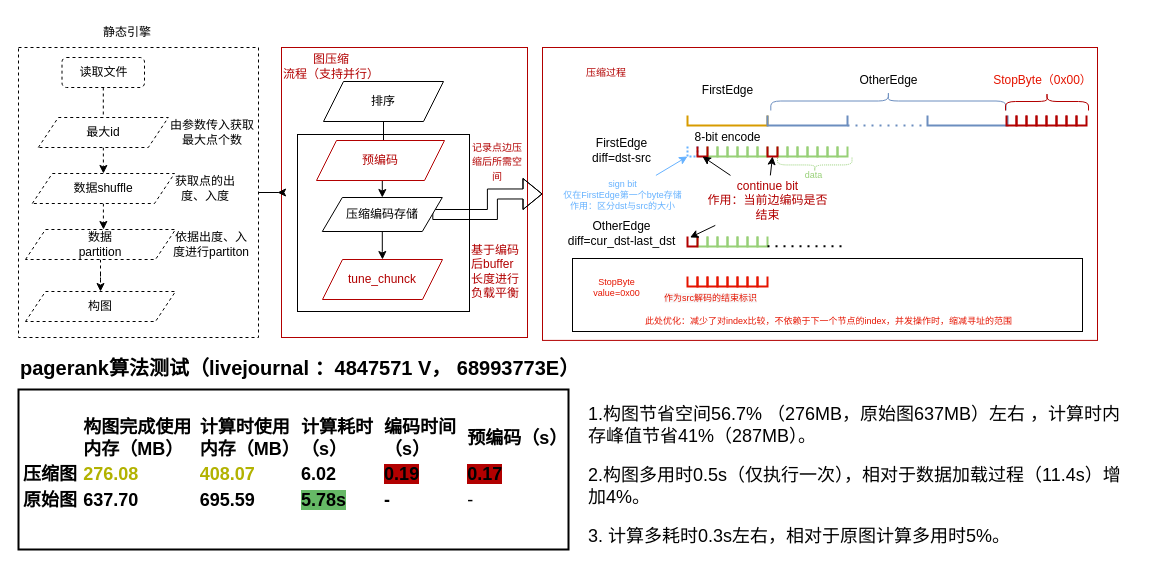
Before: program.drawio in abasi20/drawio, a draw.io diagram. Source tidied: cells renumbered, new cells numbered last; positions are measured from the earlier drawing's top-left corner, leaving out a move shared by most shapes. Both pictures are drawn from the tidied source at 100%, with x=0, y=0 at pixel (18, -17).
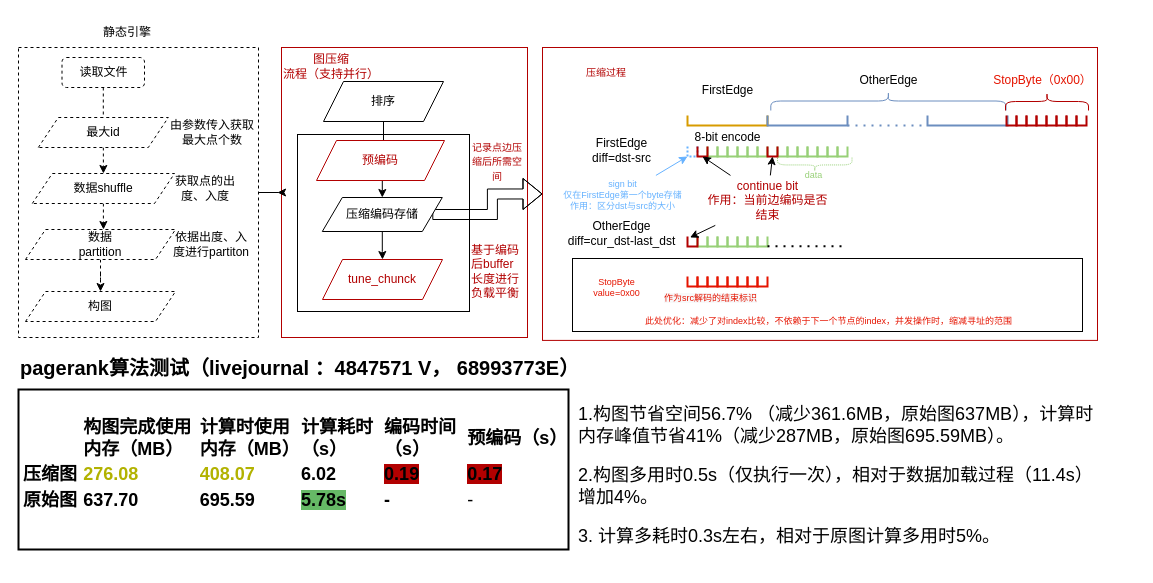
After the change.

What changed in the source:
```diff
@@
-    <mxCell id="97" value="&lt;p class=&quot;ql-line&quot; id=&quot;id-l93r9Qe4Zp&quot;&gt;1.构图节省空间56.7% （276MB，原始图637MB）左右 ，计算时内存峰值节省41%（287MB）。&lt;/p&gt;&lt;p class=&quot;ql-line&quot; id=&quot;id-l93r9Qe4Zp&quot;&gt;&lt;span&gt;2.构图多用时0.5s（仅执行一次），相对于数据加载过程（11.4s）增加4%。&lt;/span&gt;&lt;/p&gt;&lt;p class=&quot;ql-line&quot; id=&quot;id-l93r9Qe4Zp&quot;&gt;&lt;span&gt;3. 计算多耗时0.3s左右，相对于原图计算多用时5%。&lt;/span&gt;&lt;/p&gt;" style="text;whiteSpace=wrap;html=1;fontSize=18;fontFamily=Helvetica;fontColor=default;" parent="1" vertex="1">
-      <mxGeometry x="568" y="396" width="550" height="160" as="geometry" />
+    <mxCell id="97" value="&lt;p class=&quot;ql-line&quot; id=&quot;id-l93r9Qe4Zp&quot;&gt;1.构图节省空间56.7% （减少361.6MB，原始图637MB），计算时内存峰值节省41%（减少287MB，原始图695.59MB）。&lt;/p&gt;&lt;p class=&quot;ql-line&quot; id=&quot;id-l93r9Qe4Zp&quot;&gt;&lt;span&gt;2.构图多用时0.5s（仅执行一次），相对于数据加载过程（11.4s）增加4%。&lt;/span&gt;&lt;/p&gt;&lt;p class=&quot;ql-line&quot; id=&quot;id-l93r9Qe4Zp&quot;&gt;&lt;span&gt;3. 计算多耗时0.3s左右，相对于原图计算多用时5%。&lt;/span&gt;&lt;/p&gt;" style="text;whiteSpace=wrap;html=1;fontSize=18;fontFamily=Helvetica;fontColor=default;" parent="1" vertex="1">
+      <mxGeometry x="558" y="396" width="521" height="160" as="geometry" />
     </mxCell>
```
